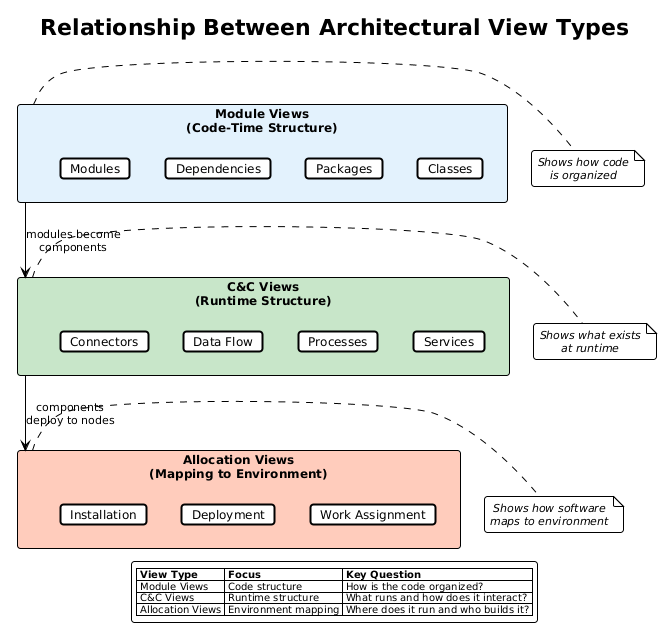
Above: src/architecture/views-and-beyond/style-catalogs/component-and-connector/component-and-connector-views/png/14-view-types-relationship.png in Notoriousjayy/latex-docs (PlantUML), before the change.
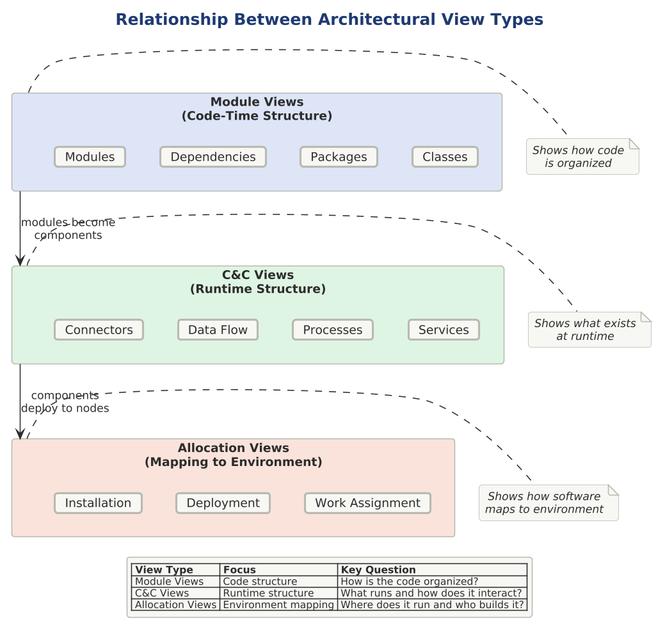
Later version of the same file.

What changed in the source:
```diff
@@ -1,7 +1,10 @@
 @startuml 14-view-types-relationship
+
+skinparam dpi 150
+
+
+
 !include ../../../../../../tooling/styles/plantuml/structural/component-diagram-style.iuml
-
-!theme plain
 
 skinparam card {
     BorderThickness 2
@@ -9,7 +12,7 @@
 
 title Relationship Between Architectural View Types
 
-rectangle "**Module Views**\n(Code-Time Structure)" as mod #E3F2FD {
+rectangle "**Module Views**\n(Code-Time Structure)" as mod $fill_primary {
     card "Packages" as pkg
     card "Classes" as cls
     card "Modules" as mods
@@ -24,7 +27,7 @@
   //is organized//
 end note
 
-rectangle "**C&C Views**\n(Runtime Structure)" as cc #C8E6C9 {
+rectangle "**C&C Views**\n(Runtime Structure)" as cc $fill_ok {
     card "Processes" as proc
     card "Services" as svc
     card "Connectors" as conn
@@ -39,7 +42,7 @@
   //at runtime//
 end note
 
-rectangle "**Allocation Views**\n(Mapping to Environment)" as alloc #FFCCBC {
+rectangle "**Allocation Views**\n(Mapping to Environment)" as alloc $fill_invalid {
     card "Deployment" as dep
     card "Work Assignment" as work
     card "Installation" as inst
```
